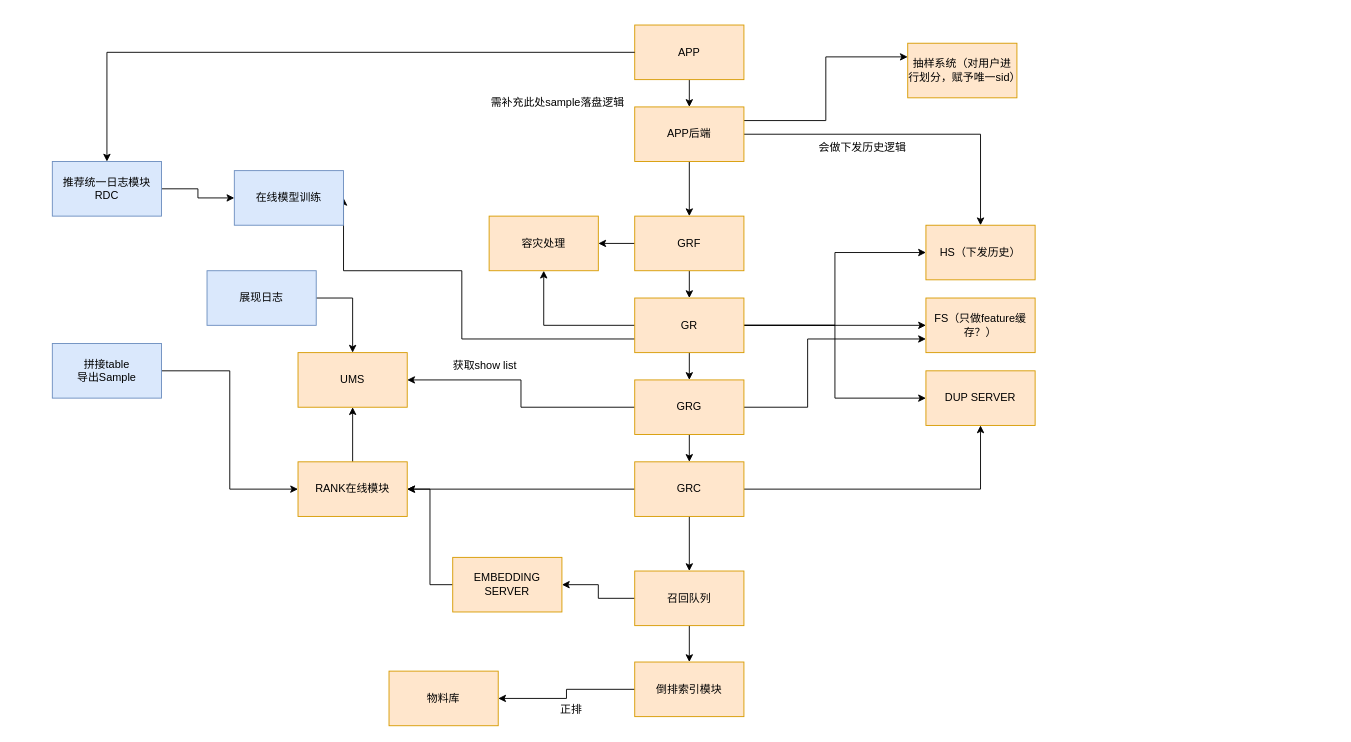
Above: 推荐系统整体.drawio in x1yang/lzx (draw.io), before the change. Source tidied: cells renumbered, new cells numbered last; positions are measured from the earlier drawing's top-left corner, leaving out a move shared by most shapes. Both pictures are drawn from the tidied source at 91%, with x=0, y=0 at pixel (52, 25).
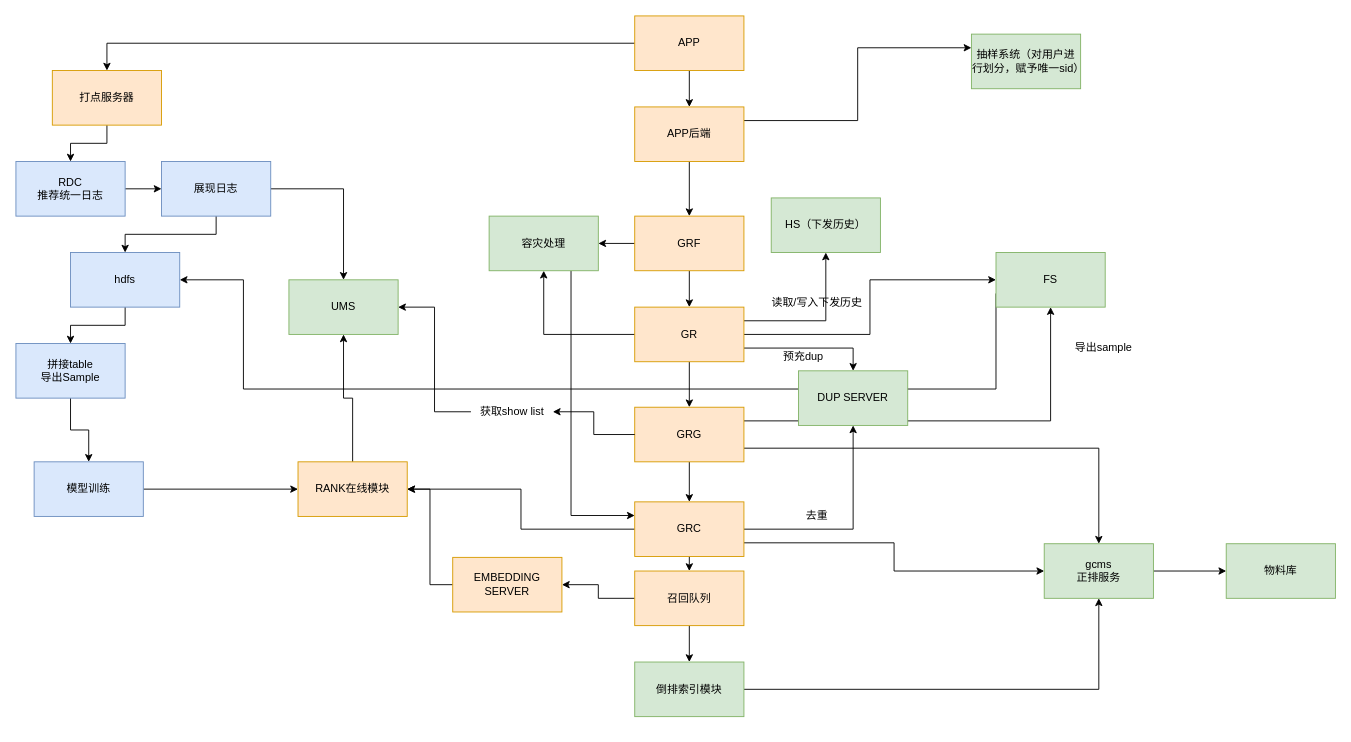
After the change.

Commit message:
更新推荐系统整体.drawio

The change refers to these unchanged cells:
```xml
<mxCell id="28" value="APP后端" style="rounded=0;whiteSpace=wrap;html=1;fillColor=#ffe6cc;strokeColor=#d79b00;" parent="1" vertex="1">
  <mxGeometry x="640" y="90" width="120" height="60" as="geometry" />
</mxCell>
<mxCell id="42" value="RANK在线模块" style="rounded=0;whiteSpace=wrap;html=1;fillColor=#ffe6cc;strokeColor=#d79b00;" parent="1" vertex="1">
  <mxGeometry x="270" y="480" width="120" height="60" as="geometry" />
</mxCell>
```

What changed in the source:
```diff
@@
+    <mxCell id="7" style="edgeStyle=orthogonalEdgeStyle;rounded=0;jettySize=auto;html=1;exitX=1;exitY=0.5;exitDx=0;exitDy=0;entryX=0;entryY=0.5;entryDx=0;entryDy=0;" parent="1" edge="1" source="11" target="36">
+      <mxGeometry relative="1" as="geometry" />
+    </mxCell>
+    <mxCell id="9" style="edgeStyle=orthogonalEdgeStyle;rounded=0;jettySize=auto;html=1;exitX=0;exitY=0.5;exitDx=0;exitDy=0;entryX=0.5;entryY=1;entryDx=0;entryDy=0;" parent="1" edge="1" source="11" target="21">
+      <mxGeometry relative="1" as="geometry" />
+    </mxCell>
-    <mxCell id="6" style="edgeStyle=orthogonalEdgeStyle;rounded=0;jettySize=auto;html=1;exitX=1;exitY=0.5;exitDx=0;exitDy=0;entryX=0;entryY=0.5;entryDx=0;entryDy=0;" parent="1" edge="1" source="11" target="37">
+    <mxCell id="6" style="edgeStyle=orthogonalEdgeStyle;rounded=0;jettySize=auto;html=1;exitX=1;exitY=0.25;exitDx=0;exitDy=0;entryX=0.5;entryY=1;entryDx=0;entryDy=0;" parent="1" edge="1" source="11" target="37">
       <mxGeometry relative="1" as="geometry" />
     </mxCell>
-    <mxCell id="7" style="edgeStyle=orthogonalEdgeStyle;rounded=0;jettySize=auto;html=1;exitX=1;exitY=0.5;exitDx=0;exitDy=0;entryX=0;entryY=0.5;entryDx=0;entryDy=0;" parent="1" edge="1" source="11" target="36">
-      <mxGeometry relative="1" as="geometry" />
-    </mxCell>
-    <mxCell id="8" style="edgeStyle=orthogonalEdgeStyle;rounded=0;jettySize=auto;html=1;exitX=1;exitY=0.5;exitDx=0;exitDy=0;entryX=0;entryY=0.5;entryDx=0;entryDy=0;" parent="1" edge="1" source="11" target="38">
+    <mxCell id="8" style="edgeStyle=orthogonalEdgeStyle;rounded=0;jettySize=auto;html=1;exitX=1;exitY=0.75;exitDx=0;exitDy=0;entryX=0.5;entryY=0;entryDx=0;entryDy=0;" parent="1" edge="1" source="11" target="38">
       <mxGeometry relative="1" as="geometry" />
     </mxCell>
-    <mxCell id="9" style="edgeStyle=orthogonalEdgeStyle;rounded=0;jettySize=auto;html=1;exitX=0;exitY=0.5;exitDx=0;exitDy=0;entryX=0.5;entryY=1;entryDx=0;entryDy=0;" parent="1" edge="1" source="11" target="21">
-      <mxGeometry relative="1" as="geometry" />
-    </mxCell>
-    <mxCell id="10" style="edgeStyle=orthogonalEdgeStyle;rounded=0;jettySize=auto;html=1;exitX=0;exitY=0.75;exitDx=0;exitDy=0;entryX=1;entryY=0.5;entryDx=0;entryDy=0;" parent="1" edge="1" source="11" target="49">
-      <mxGeometry relative="1" as="geometry">
-        <Array as="points">
-          <mxPoint x="450" y="345" />
-          <mxPoint x="450" y="270" />
-        </Array>
-      </mxGeometry>
-    </mxCell>
     <mxCell id="11" value="GR" style="rounded=0;whiteSpace=wrap;html=1;fillColor=#ffe6cc;strokeColor=#d79b00;" parent="1" vertex="1">
-      <mxGeometry x="640" y="300" width="120" height="60" as="geometry" />
+      <mxGeometry x="640" y="310" width="120" height="60" as="geometry" />
     </mxCell>
@@
+    <mxCell id="14" style="edgeStyle=orthogonalEdgeStyle;rounded=0;jettySize=auto;html=1;exitX=0;exitY=0.5;exitDx=0;exitDy=0;entryX=1;entryY=0.5;entryDx=0;entryDy=0;" parent="1" edge="1" source="53" target="20">
+      <mxGeometry relative="1" as="geometry" />
+    </mxCell>
+    <mxCell id="54" style="edgeStyle=orthogonalEdgeStyle;rounded=0;jettySize=auto;html=1;exitX=1;exitY=0.75;exitDx=0;exitDy=0;entryX=0.5;entryY=0;entryDx=0;entryDy=0;" parent="1" edge="1" source="15" target="66">
+      <mxGeometry relative="1" as="geometry" />
+    </mxCell>
-    <mxCell id="13" style="edgeStyle=orthogonalEdgeStyle;rounded=0;jettySize=auto;html=1;exitX=1;exitY=0.5;exitDx=0;exitDy=0;entryX=0;entryY=0.75;entryDx=0;entryDy=0;" parent="1" edge="1" source="15" target="36">
-      <mxGeometry relative="1" as="geometry">
-        <Array as="points">
-          <mxPoint x="830" y="420" />
-          <mxPoint x="830" y="345" />
-        </Array>
-      </mxGeometry>
+    <mxCell id="13" style="edgeStyle=orthogonalEdgeStyle;rounded=0;jettySize=auto;html=1;exitX=1;exitY=0.25;exitDx=0;exitDy=0;entryX=0.5;entryY=1;entryDx=0;entryDy=0;" parent="1" edge="1" source="15" target="36">
+      <mxGeometry relative="1" as="geometry" />
     </mxCell>
-    <mxCell id="14" style="edgeStyle=orthogonalEdgeStyle;rounded=0;jettySize=auto;html=1;exitX=0;exitY=0.5;exitDx=0;exitDy=0;entryX=1;entryY=0.5;entryDx=0;entryDy=0;" parent="1" edge="1" source="15" target="20">
-      <mxGeometry relative="1" as="geometry" />
-    </mxCell>
     <mxCell id="15" value="GRG" style="rounded=0;whiteSpace=wrap;html=1;fillColor=#ffe6cc;strokeColor=#d79b00;" parent="1" vertex="1">
-      <mxGeometry x="640" y="390" width="120" height="60" as="geometry" />
+      <mxGeometry x="640" y="420" width="120" height="60" as="geometry" />
     </mxCell>
@@
+    <mxCell id="55" style="edgeStyle=orthogonalEdgeStyle;rounded=0;jettySize=auto;html=1;exitX=1;exitY=0.75;exitDx=0;exitDy=0;" parent="1" edge="1" source="19" target="66">
+      <mxGeometry relative="1" as="geometry" />
+    </mxCell>
     <mxCell id="19" value="GRC" style="rounded=0;whiteSpace=wrap;html=1;fillColor=#ffe6cc;strokeColor=#d79b00;" parent="1" vertex="1">
-      <mxGeometry x="640" y="480" width="120" height="60" as="geometry" />
+      <mxGeometry x="640" y="524" width="120" height="60" as="geometry" />
     </mxCell>
-    <mxCell id="20" value="UMS" style="rounded=0;whiteSpace=wrap;html=1;fillColor=#ffe6cc;strokeColor=#d79b00;" parent="1" vertex="1">
-      <mxGeometry x="270" y="360" width="120" height="60" as="geometry" />
+    <mxCell id="20" value="UMS" style="rounded=0;whiteSpace=wrap;html=1;fillColor=#d5e8d4;strokeColor=#82b366;" parent="1" vertex="1">
+      <mxGeometry x="260" y="280" width="120" height="60" as="geometry" />
     </mxCell>
+    <mxCell id="56" style="edgeStyle=orthogonalEdgeStyle;rounded=0;jettySize=auto;html=1;exitX=0.75;exitY=1;exitDx=0;exitDy=0;entryX=0;entryY=0.25;entryDx=0;entryDy=0;" parent="1" edge="1" source="21" target="19">
+      <mxGeometry relative="1" as="geometry" />
+    </mxCell>
-    <mxCell id="21" value="容灾处理" style="rounded=0;whiteSpace=wrap;html=1;fillColor=#ffe6cc;strokeColor=#d79b00;" parent="1" vertex="1">
+    <mxCell id="21" value="容灾处理" style="rounded=0;whiteSpace=wrap;html=1;fillColor=#d5e8d4;strokeColor=#82b366;" parent="1" vertex="1">
       <mxGeometry x="480" y="210" width="120" height="60" as="geometry" />
     </mxCell>
@@
+    <mxCell id="57" style="edgeStyle=orthogonalEdgeStyle;rounded=0;jettySize=auto;html=1;exitX=0;exitY=0.5;exitDx=0;exitDy=0;entryX=0.5;entryY=0;entryDx=0;entryDy=0;" parent="1" edge="1" source="23" target="64">
+      <mxGeometry relative="1" as="geometry" />
+    </mxCell>
     <mxCell id="23" value="APP" style="rounded=0;whiteSpace=wrap;html=1;fillColor=#ffe6cc;strokeColor=#d79b00;" parent="1" vertex="1">
-      <mxGeometry x="640" width="120" height="60" as="geometry" />
+      <mxGeometry x="640" y="-10" width="120" height="60" as="geometry" />
     </mxCell>
-    <mxCell id="24" style="edgeStyle=orthogonalEdgeStyle;rounded=0;jettySize=auto;html=1;exitX=0;exitY=0.5;exitDx=0;exitDy=0;entryX=0.5;entryY=0;entryDx=0;entryDy=0;" parent="1" edge="1" source="23" target="40">
-      <mxGeometry relative="1" as="geometry" />
-    </mxCell>
@@
-    <mxCell id="26" style="edgeStyle=orthogonalEdgeStyle;rounded=0;jettySize=auto;html=1;exitX=1;exitY=0.5;exitDx=0;exitDy=0;" parent="1" edge="1" source="28" target="37">
-      <mxGeometry relative="1" as="geometry" />
-    </mxCell>
@@
-    <mxCell id="29" value="会做下发历史逻辑" style="text;html=1;align=center;verticalAlign=middle;strokeColor=none;fillColor=none;" parent="1" vertex="1">
-      <mxGeometry x="830" y="120" width="120" height="30" as="geometry" />
-    </mxCell>
-    <mxCell id="30" value="需补充此处sample落盘逻辑" style="text;html=1;align=center;verticalAlign=middle;strokeColor=none;fillColor=none;" parent="1" vertex="1">
-      <mxGeometry x="470" y="70" width="170" height="30" as="geometry" />
-    </mxCell>
-    <mxCell id="31" style="edgeStyle=orthogonalEdgeStyle;rounded=0;jettySize=auto;html=1;exitX=0;exitY=0.5;exitDx=0;exitDy=0;entryX=1;entryY=0.5;entryDx=0;entryDy=0;" parent="1" edge="1" source="32" target="43">
-      <mxGeometry relative="1" as="geometry" />
-    </mxCell>
+    <mxCell id="58" style="edgeStyle=orthogonalEdgeStyle;rounded=0;jettySize=auto;html=1;exitX=1;exitY=0.5;exitDx=0;exitDy=0;entryX=0.5;entryY=1;entryDx=0;entryDy=0;" parent="1" edge="1" source="32" target="66">
+      <mxGeometry relative="1" as="geometry" />
+    </mxCell>
-    <mxCell id="32" value="倒排索引模块" style="rounded=0;whiteSpace=wrap;html=1;fillColor=#ffe6cc;strokeColor=#d79b00;" parent="1" vertex="1">
+    <mxCell id="32" value="倒排索引模块" style="rounded=0;whiteSpace=wrap;html=1;fillColor=#d5e8d4;strokeColor=#82b366;" parent="1" vertex="1">
       <mxGeometry x="640" y="700" width="120" height="60" as="geometry" />
     </mxCell>
@@
+    <mxCell id="59" style="edgeStyle=orthogonalEdgeStyle;rounded=0;jettySize=auto;html=1;exitX=0;exitY=0.75;exitDx=0;exitDy=0;entryX=1;entryY=0.5;entryDx=0;entryDy=0;" parent="1" edge="1" source="36" target="73">
+      <mxGeometry relative="1" as="geometry">
+        <Array as="points">
+          <mxPoint x="1037" y="400" />
+          <mxPoint x="210" y="400" />
+          <mxPoint x="210" y="280" />
+        </Array>
+      </mxGeometry>
+    </mxCell>
-    <mxCell id="36" value="FS（只做feature缓存？）" style="rounded=0;whiteSpace=wrap;html=1;fillColor=#ffe6cc;strokeColor=#d79b00;" parent="1" vertex="1">
-      <mxGeometry x="960" y="300" width="120" height="60" as="geometry" />
+    <mxCell id="36" value="FS" style="rounded=0;whiteSpace=wrap;html=1;fillColor=#d5e8d4;strokeColor=#82b366;" parent="1" vertex="1">
+      <mxGeometry x="1037" y="250" width="120" height="60" as="geometry" />
     </mxCell>
-    <mxCell id="37" value="HS（下发历史）" style="rounded=0;whiteSpace=wrap;html=1;fillColor=#ffe6cc;strokeColor=#d79b00;" parent="1" vertex="1">
-      <mxGeometry x="960" y="220" width="120" height="60" as="geometry" />
+    <mxCell id="37" value="HS（下发历史）" style="rounded=0;whiteSpace=wrap;html=1;fillColor=#d5e8d4;strokeColor=#82b366;" parent="1" vertex="1">
+      <mxGeometry x="790" y="190" width="120" height="60" as="geometry" />
     </mxCell>
-    <mxCell id="38" value="DUP SERVER" style="rounded=0;whiteSpace=wrap;html=1;fillColor=#ffe6cc;strokeColor=#d79b00;" parent="1" vertex="1">
-      <mxGeometry x="960" y="380" width="120" height="60" as="geometry" />
+    <mxCell id="38" value="DUP SERVER" style="rounded=0;whiteSpace=wrap;html=1;fillColor=#d5e8d4;strokeColor=#82b366;" parent="1" vertex="1">
+      <mxGeometry x="820" y="380" width="120" height="60" as="geometry" />
     </mxCell>
-    <mxCell id="39" style="edgeStyle=orthogonalEdgeStyle;rounded=0;jettySize=auto;html=1;exitX=1;exitY=0.5;exitDx=0;exitDy=0;entryX=0;entryY=0.5;entryDx=0;entryDy=0;" parent="1" edge="1" source="40" target="49">
-      <mxGeometry relative="1" as="geometry" />
-    </mxCell>
+    <mxCell id="60" style="edgeStyle=orthogonalEdgeStyle;rounded=0;jettySize=auto;html=1;exitX=1;exitY=0.5;exitDx=0;exitDy=0;entryX=0;entryY=0.5;entryDx=0;entryDy=0;" parent="1" edge="1" source="40" target="51">
+      <mxGeometry relative="1" as="geometry" />
+    </mxCell>
-    <mxCell id="40" value="推荐统一日志模块&lt;br&gt;RDC" style="rounded=0;whiteSpace=wrap;html=1;fillColor=#dae8fc;strokeColor=#6c8ebf;" parent="1" vertex="1">
-      <mxGeometry y="150" width="120" height="60" as="geometry" />
+    <mxCell id="40" value="RDC&lt;br&gt;推荐统一日志" style="rounded=0;whiteSpace=wrap;html=1;fillColor=#dae8fc;strokeColor=#6c8ebf;" parent="1" vertex="1">
+      <mxGeometry x="-40" y="150" width="120" height="60" as="geometry" />
     </mxCell>
@@
-    <mxCell id="43" value="物料库" style="rounded=0;whiteSpace=wrap;html=1;fillColor=#ffe6cc;strokeColor=#d79b00;" parent="1" vertex="1">
-      <mxGeometry x="370" y="710" width="120" height="60" as="geometry" />
+    <mxCell id="43" value="物料库" style="rounded=0;whiteSpace=wrap;html=1;fillColor=#d5e8d4;strokeColor=#82b366;" parent="1" vertex="1">
+      <mxGeometry x="1290" y="570" width="120" height="60" as="geometry" />
     </mxCell>
@@
-    <mxCell id="46" style="edgeStyle=orthogonalEdgeStyle;rounded=0;jettySize=auto;html=1;exitX=1;exitY=0.5;exitDx=0;exitDy=0;entryX=0;entryY=0.5;entryDx=0;entryDy=0;" parent="1" edge="1" source="47" target="42">
-      <mxGeometry relative="1" as="geometry" />
-    </mxCell>
+    <mxCell id="61" style="edgeStyle=orthogonalEdgeStyle;rounded=0;jettySize=auto;html=1;exitX=0.5;exitY=1;exitDx=0;exitDy=0;entryX=0.5;entryY=0;entryDx=0;entryDy=0;" parent="1" edge="1" source="47" target="75">
+      <mxGeometry relative="1" as="geometry" />
+    </mxCell>
     <mxCell id="47" value="拼接table&lt;br&gt;导出Sample" style="rounded=0;whiteSpace=wrap;html=1;fillColor=#dae8fc;strokeColor=#6c8ebf;" parent="1" vertex="1">
-      <mxGeometry y="350" width="120" height="60" as="geometry" />
+      <mxGeometry x="-40" y="350" width="120" height="60" as="geometry" />
     </mxCell>
-    <mxCell id="48" value="抽样系统（对用户进行划分，赋予唯一sid）" style="rounded=0;whiteSpace=wrap;html=1;fillColor=#ffe6cc;strokeColor=#d79b00;" parent="1" vertex="1">
-      <mxGeometry x="940" y="20" width="120" height="60" as="geometry" />
+    <mxCell id="48" value="抽样系统（对用户进行划分，赋予唯一sid）" style="rounded=0;whiteSpace=wrap;html=1;fillColor=#d5e8d4;strokeColor=#82b366;" parent="1" vertex="1">
+      <mxGeometry x="1010" y="10" width="120" height="60" as="geometry" />
     </mxCell>
-    <mxCell id="49" value="在线模型训练" style="rounded=0;whiteSpace=wrap;html=1;fillColor=#dae8fc;strokeColor=#6c8ebf;" parent="1" vertex="1">
-      <mxGeometry x="200" y="160" width="120" height="60" as="geometry" />
-    </mxCell>
@@
+    <mxCell id="62" style="edgeStyle=orthogonalEdgeStyle;rounded=0;jettySize=auto;html=1;exitX=0.5;exitY=1;exitDx=0;exitDy=0;" parent="1" edge="1" source="51" target="73">
+      <mxGeometry relative="1" as="geometry" />
+    </mxCell>
     <mxCell id="51" value="展现日志" style="rounded=0;whiteSpace=wrap;html=1;fillColor=#dae8fc;strokeColor=#6c8ebf;" parent="1" vertex="1">
-      <mxGeometry x="170" y="270" width="120" height="60" as="geometry" />
+      <mxGeometry x="120" y="150" width="120" height="60" as="geometry" />
     </mxCell>
-    <mxCell id="52" value="正排" style="text;html=1;align=center;verticalAlign=middle;strokeColor=none;fillColor=none;" parent="1" vertex="1">
-      <mxGeometry x="545" y="738" width="50" height="30" as="geometry" />
-    </mxCell>
+    <mxCell id="63" style="edgeStyle=orthogonalEdgeStyle;rounded=0;jettySize=auto;html=1;exitX=0.5;exitY=1;exitDx=0;exitDy=0;entryX=0.5;entryY=0;entryDx=0;entryDy=0;" parent="1" edge="1" source="64" target="40">
+      <mxGeometry relative="1" as="geometry" />
+    </mxCell>
+    <mxCell id="64" value="打点服务器" style="rounded=0;whiteSpace=wrap;html=1;fillColor=#ffe6cc;strokeColor=#d79b00;" parent="1" vertex="1">
+      <mxGeometry y="50" width="120" height="60" as="geometry" />
+    </mxCell>
+    <mxCell id="65" style="edgeStyle=orthogonalEdgeStyle;rounded=0;jettySize=auto;html=1;exitX=1;exitY=0.5;exitDx=0;exitDy=0;entryX=0;entryY=0.5;entryDx=0;entryDy=0;" parent="1" edge="1" source="66" target="43">
+      <mxGeometry relative="1" as="geometry" />
+    </mxCell>
+    <mxCell id="66" value="gcms&lt;br&gt;正排服务" style="rounded=0;whiteSpace=wrap;html=1;fillColor=#d5e8d4;strokeColor=#82b366;" parent="1" vertex="1">
+      <mxGeometry x="1090" y="570" width="120" height="60" as="geometry" />
+    </mxCell>
+    <mxCell id="67" value="读取/写入下发历史" style="text;html=1;align=center;verticalAlign=middle;strokeColor=none;fillColor=none;" parent="1" vertex="1">
+      <mxGeometry x="780" y="290" width="120" height="30" as="geometry" />
+    </mxCell>
+    <mxCell id="68" value="预充dup" style="text;html=1;align=center;verticalAlign=middle;strokeColor=none;fillColor=none;" parent="1" vertex="1">
+      <mxGeometry x="790" y="350" width="70" height="30" as="geometry" />
+    </mxCell>
+    <mxCell id="69" value="去重" style="text;html=1;align=center;verticalAlign=middle;strokeColor=none;fillColor=none;" parent="1" vertex="1">
+      <mxGeometry x="815" y="524" width="50" height="30" as="geometry" />
+    </mxCell>
+    <mxCell id="70" style="edgeStyle=orthogonalEdgeStyle;rounded=0;jettySize=auto;html=1;exitX=0;exitY=0.5;exitDx=0;exitDy=0;entryX=1;entryY=0.5;entryDx=0;entryDy=0;" parent="1" edge="1" source="15" target="53">
+      <mxGeometry relative="1" as="geometry" />
+    </mxCell>
     <mxCell id="53" value="获取show list" style="text;html=1;align=center;verticalAlign=middle;points=[];strokeColor=none;fillColor=none;" parent="1" vertex="1">
-      <mxGeometry x="430" y="360" width="90" height="30" as="geometry" />
+      <mxGeometry x="460" y="410" width="90" height="30" as="geometry" />
     </mxCell>
+    <mxCell id="71" value="导出sample" style="text;html=1;align=center;verticalAlign=middle;strokeColor=none;fillColor=none;" parent="1" vertex="1">
+      <mxGeometry x="1110" y="340" width="90" height="30" as="geometry" />
+    </mxCell>
+    <mxCell id="72" style="edgeStyle=orthogonalEdgeStyle;rounded=0;jettySize=auto;html=1;exitX=0.5;exitY=1;exitDx=0;exitDy=0;entryX=0.5;entryY=0;entryDx=0;entryDy=0;" parent="1" edge="1" source="73" target="47">
+      <mxGeometry relative="1" as="geometry" />
+    </mxCell>
+    <mxCell id="73" value="hdfs" style="rounded=0;whiteSpace=wrap;html=1;fillColor=#dae8fc;strokeColor=#6c8ebf;" parent="1" vertex="1">
+      <mxGeometry x="20" y="250" width="120" height="60" as="geometry" />
+    </mxCell>
+    <mxCell id="74" style="edgeStyle=orthogonalEdgeStyle;rounded=0;jettySize=auto;html=1;exitX=1;exitY=0.5;exitDx=0;exitDy=0;entryX=0;entryY=0.5;entryDx=0;entryDy=0;" parent="1" edge="1" source="75" target="42">
+      <mxGeometry relative="1" as="geometry" />
+    </mxCell>
+    <mxCell id="75" value="模型训练" style="rounded=0;whiteSpace=wrap;html=1;fillColor=#dae8fc;strokeColor=#6c8ebf;" parent="1" vertex="1">
+      <mxGeometry x="-20" y="480" width="120" height="60" as="geometry" />
+    </mxCell>
```
